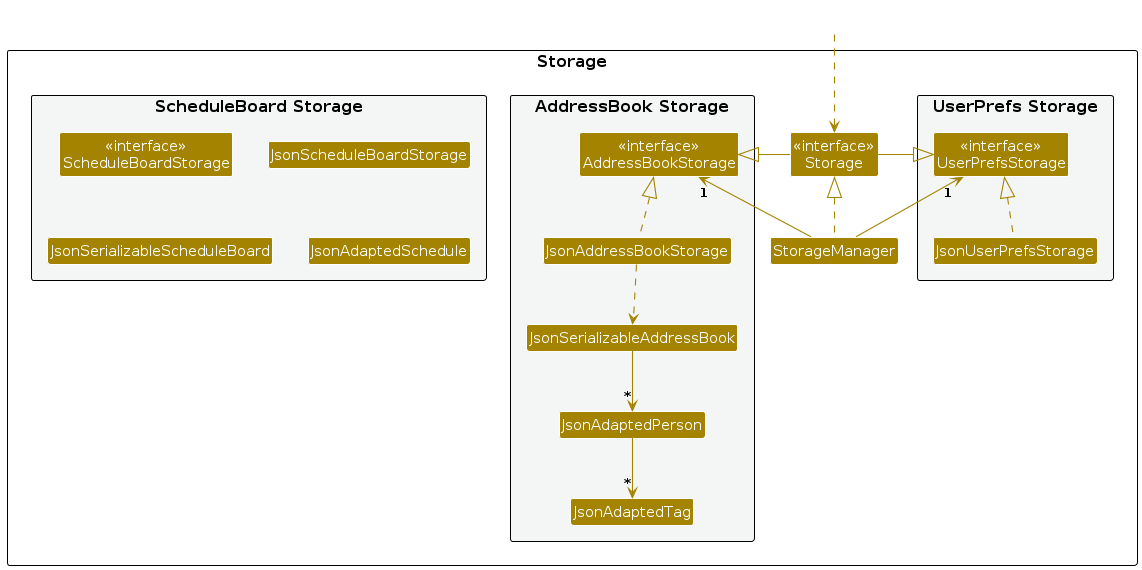
This is diagrams/StorageClassDiagram.png from AY2425S2-CS2103T-T16-3/tp, a PlantUML export, as it was before one commit. Its source is kept beside it as diagrams/StorageClassDiagram.puml. The source it was exported from:
```plantuml
@startuml
!include style.puml
skinparam arrowThickness 1.1
skinparam arrowColor STORAGE_COLOR
skinparam classBackgroundColor STORAGE_COLOR

package Storage as StoragePackage {

package "UserPrefs Storage" #F4F6F6{
Class "<<interface>>\nUserPrefsStorage" as UserPrefsStorage
Class JsonUserPrefsStorage
}

Class "<<interface>>\nStorage" as Storage
Class StorageManager

package "AddressBook Storage" #F4F6F6{
Class "<<interface>>\nAddressBookStorage" as AddressBookStorage
Class JsonAddressBookStorage
Class JsonSerializableAddressBook
Class JsonAdaptedPerson
Class JsonAdaptedTag
}

package "ScheduleBoard Storage" #F4F6F6{
Class "<<interface>>\nScheduleBoardStorage" as ScheduleBoardStorage
Class JsonScheduleBoardStorage
Class JsonSerializableScheduleBoard
Class JsonAdaptedSchedule
}

}

Class HiddenOutside #FFFFFF
HiddenOutside ..> Storage

StorageManager .up.|> Storage
StorageManager -up-> "1" UserPrefsStorage
StorageManager -up-> "1" AddressBookStorage

Storage -left-|> UserPrefsStorage
Storage -right-|> AddressBookStorage

JsonUserPrefsStorage .up.|> UserPrefsStorage
JsonAddressBookStorage .up.|> AddressBookStorage
JsonAddressBookStorage ..> JsonSerializableAddressBook
JsonSerializableAddressBook --> "*" JsonAdaptedPerson
JsonAdaptedPerson --> "*" JsonAdaptedTag

@enduml
```
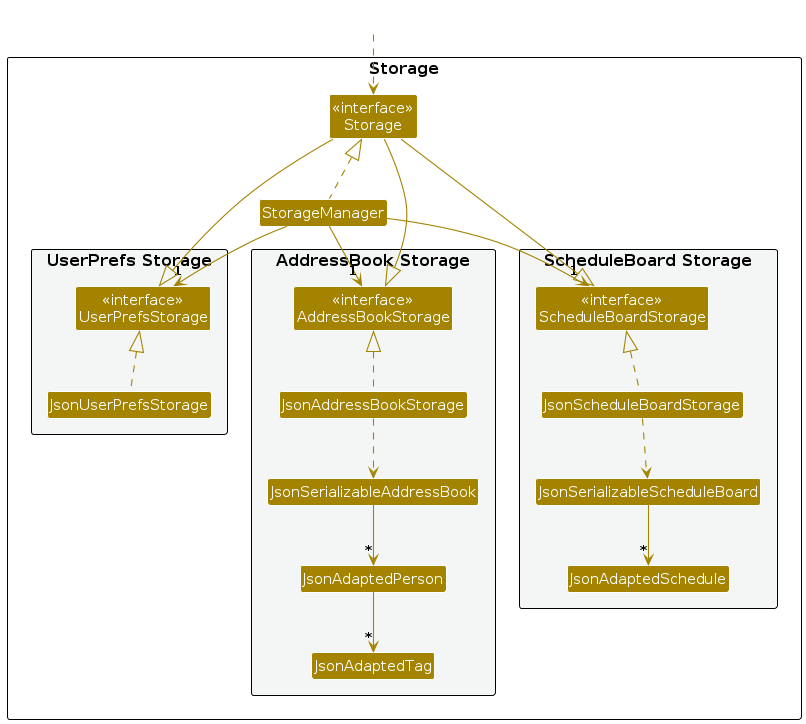
After the commit.

What changed in the source:
```diff
@@ -35,11 +35,13 @@
 HiddenOutside ..> Storage
 
 StorageManager .up.|> Storage
-StorageManager -up-> "1" UserPrefsStorage
-StorageManager -up-> "1" AddressBookStorage
+StorageManager -down-> "1" UserPrefsStorage
+StorageManager -down-> "1" AddressBookStorage
+StorageManager -down-> "1" ScheduleBoardStorage
 
-Storage -left-|> UserPrefsStorage
-Storage -right-|> AddressBookStorage
+Storage --|> UserPrefsStorage
+Storage --|> AddressBookStorage
+Storage --|> ScheduleBoardStorage
 
 JsonUserPrefsStorage .up.|> UserPrefsStorage
 JsonAddressBookStorage .up.|> AddressBookStorage
@@ -47,4 +49,9 @@
 JsonSerializableAddressBook --> "*" JsonAdaptedPerson
 JsonAdaptedPerson --> "*" JsonAdaptedTag
 
+JsonScheduleBoardStorage .up.|> ScheduleBoardStorage
+JsonScheduleBoardStorage ..> JsonSerializableScheduleBoard
+JsonSerializableScheduleBoard --> "*" JsonAdaptedSchedule
+
+
 @enduml
```
